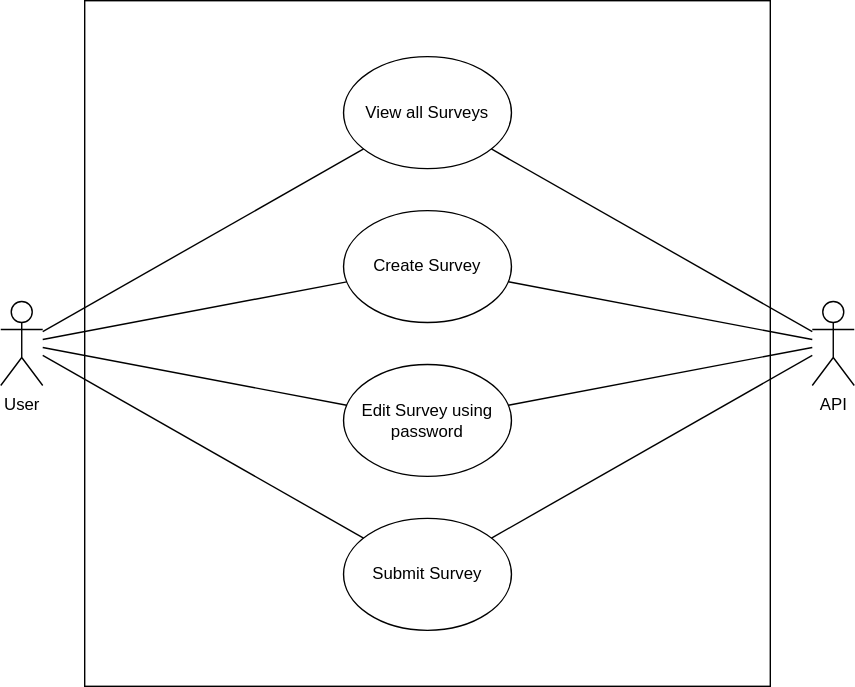
Above: docs/usecase/usecase.drawio.svg in baltermia/simple-surveys (draw.io), before the change. Source tidied: cells renumbered, new cells last; positions are measured from the earlier drawing's top-left corner, leaving out a move shared by most shapes. The source it was exported from:
```xml
<mxGraphModel>
  <root>
    <mxCell id="0" />
    <mxCell id="1" parent="0" />
    <mxCell id="2" style="whiteSpace=wrap;html=1;" parent="1" vertex="1">
      <mxGeometry x="60" width="490" height="490" as="geometry" />
    </mxCell>
    <mxCell id="3" value="User" style="shape=umlActor;verticalLabelPosition=bottom;verticalAlign=top;html=1;outlineConnect=0;" parent="1" vertex="1">
      <mxGeometry y="215" width="30" height="60" as="geometry" />
    </mxCell>
    <mxCell id="4" value="View all Surveys" style="ellipse;whiteSpace=wrap;html=1;" parent="1" vertex="1">
      <mxGeometry x="245" y="40" width="120" height="80" as="geometry" />
    </mxCell>
    <mxCell id="5" value="Create Survey" style="ellipse;whiteSpace=wrap;html=1;" parent="1" vertex="1">
      <mxGeometry x="245" y="150" width="120" height="80" as="geometry" />
    </mxCell>
    <mxCell id="6" value="Edit Survey using password" style="ellipse;whiteSpace=wrap;html=1;" parent="1" vertex="1">
      <mxGeometry x="245" y="260" width="120" height="80" as="geometry" />
    </mxCell>
    <mxCell id="7" value="Submit Survey" style="ellipse;whiteSpace=wrap;html=1;" parent="1" vertex="1">
      <mxGeometry x="245" y="370" width="120" height="80" as="geometry" />
    </mxCell>
    <mxCell id="8" style="endArrow=none;html=1;" parent="1" edge="1" source="3" target="4">
      <mxGeometry relative="1" as="geometry" />
    </mxCell>
    <mxCell id="9" style="endArrow=none;html=1;" parent="1" edge="1" source="3" target="5">
      <mxGeometry relative="1" as="geometry" />
    </mxCell>
    <mxCell id="10" style="endArrow=none;html=1;" parent="1" edge="1" source="6" target="3">
      <mxGeometry relative="1" as="geometry" />
    </mxCell>
    <mxCell id="11" style="endArrow=none;html=1;" parent="1" edge="1" source="7" target="3">
      <mxGeometry relative="1" as="geometry" />
    </mxCell>
    <mxCell id="12" value="API" style="shape=umlActor;verticalLabelPosition=bottom;verticalAlign=top;html=1;outlineConnect=0;" parent="1" vertex="1">
      <mxGeometry x="580" y="215" width="30" height="60" as="geometry" />
    </mxCell>
    <mxCell id="13" style="endArrow=none;html=1;" parent="1" edge="1" source="5" target="12">
      <mxGeometry relative="1" as="geometry" />
    </mxCell>
    <mxCell id="14" style="endArrow=none;html=1;" parent="1" edge="1" source="12" target="4">
      <mxGeometry relative="1" as="geometry" />
    </mxCell>
    <mxCell id="15" style="endArrow=none;html=1;" parent="1" edge="1" source="6" target="12">
      <mxGeometry relative="1" as="geometry" />
    </mxCell>
    <mxCell id="16" style="endArrow=none;html=1;" parent="1" edge="1" source="7" target="12">
      <mxGeometry relative="1" as="geometry" />
    </mxCell>
  </root>
</mxGraphModel>
```
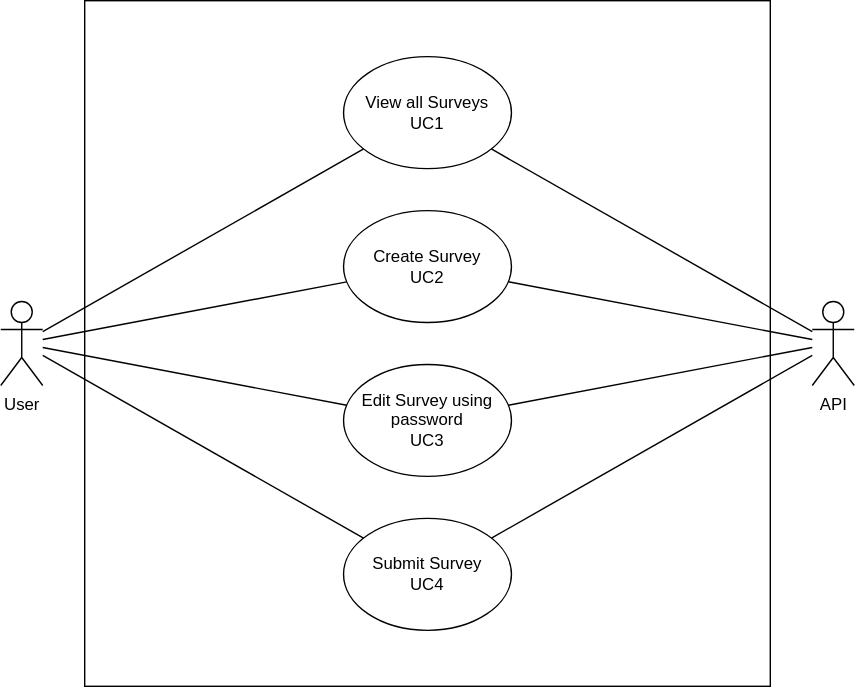
The same file after the commit.

Commit message:
Update usecase diagram

Change to the diagram source:
```diff
@@ -8,16 +8,16 @@
     <mxCell id="3" value="User" style="shape=umlActor;verticalLabelPosition=bottom;verticalAlign=top;html=1;outlineConnect=0;" parent="1" vertex="1">
       <mxGeometry y="215" width="30" height="60" as="geometry" />
     </mxCell>
-    <mxCell id="4" value="View all Surveys" style="ellipse;whiteSpace=wrap;html=1;" parent="1" vertex="1">
+    <mxCell id="4" value="View all Surveys&lt;br&gt;UC1" style="ellipse;whiteSpace=wrap;html=1;" parent="1" vertex="1">
       <mxGeometry x="245" y="40" width="120" height="80" as="geometry" />
     </mxCell>
-    <mxCell id="5" value="Create Survey" style="ellipse;whiteSpace=wrap;html=1;" parent="1" vertex="1">
+    <mxCell id="5" value="Create Survey&lt;br&gt;UC2" style="ellipse;whiteSpace=wrap;html=1;" parent="1" vertex="1">
       <mxGeometry x="245" y="150" width="120" height="80" as="geometry" />
     </mxCell>
-    <mxCell id="6" value="Edit Survey using password" style="ellipse;whiteSpace=wrap;html=1;" parent="1" vertex="1">
+    <mxCell id="6" value="Edit Survey using&lt;br&gt;password&lt;br&gt;UC3" style="ellipse;whiteSpace=wrap;html=1;" parent="1" vertex="1">
       <mxGeometry x="245" y="260" width="120" height="80" as="geometry" />
     </mxCell>
-    <mxCell id="7" value="Submit Survey" style="ellipse;whiteSpace=wrap;html=1;" parent="1" vertex="1">
+    <mxCell id="7" value="Submit Survey&lt;br&gt;UC4" style="ellipse;whiteSpace=wrap;html=1;" parent="1" vertex="1">
       <mxGeometry x="245" y="370" width="120" height="80" as="geometry" />
     </mxCell>
     <mxCell id="8" style="endArrow=none;html=1;" parent="1" edge="1" source="3" target="4">
```
